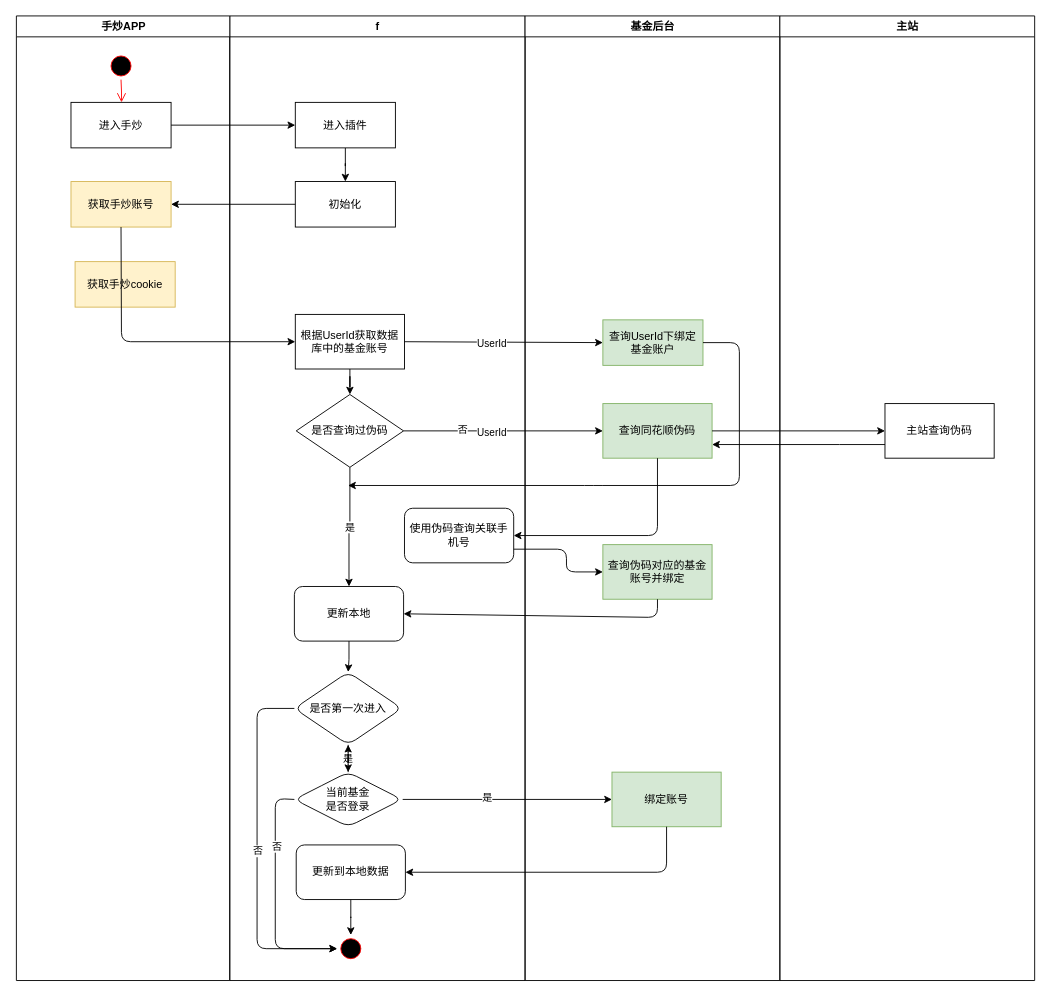
NamSangMi/-personal-learning keeps this draw.io diagram as Untitled Diagram.drawio. Above is the earlier version. Source tidied: cells renumbered, new cells numbered last; positions are measured from the earlier drawing's top-left corner, leaving out a move shared by most shapes. Both pictures are drawn from the tidied source at 91%, with x=0, y=0 at pixel (16, 15).
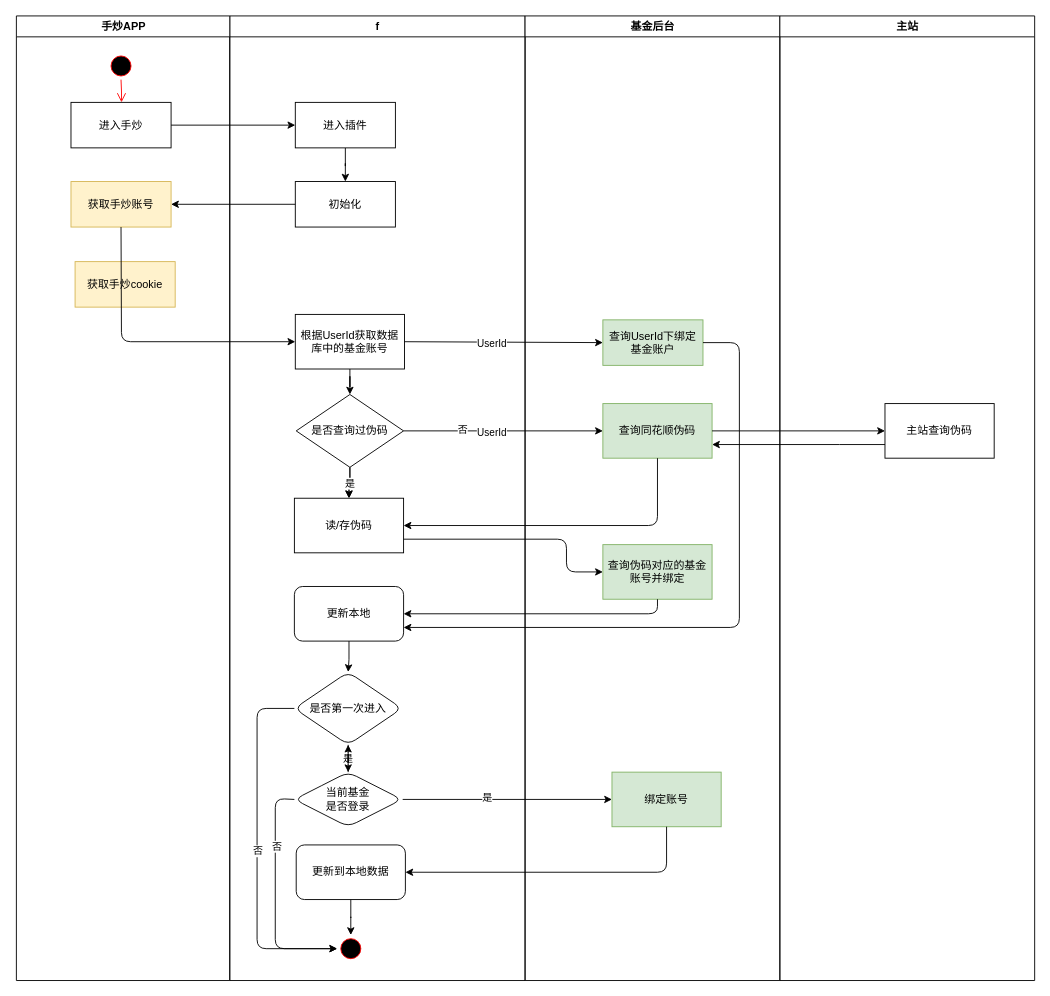
Above is the later version.

The change refers to these unchanged cells:
```xml
<mxCell id="2" value="f" style="swimlane;whiteSpace=wrap;" parent="1" vertex="1">
  <mxGeometry x="234" width="324.5" height="1060" as="geometry" />
</mxCell>
<mxCell id="9" value="是否查询过伪码" style="rhombus;whiteSpace=wrap;html=1;" parent="2" vertex="1">
  <mxGeometry x="73" y="416" width="118" height="80" as="geometry" />
</mxCell>
<mxCell id="12" value="更新本地" style="rounded=1;whiteSpace=wrap;html=1;" parent="2" vertex="1">
  <mxGeometry x="71" y="627" width="120" height="60" as="geometry" />
</mxCell>
<mxCell id="27" value="查询UserId下绑定&#10;基金账户" style="fillColor=#d5e8d4;strokeColor=#82b366;" parent="26" vertex="1">
  <mxGeometry x="85.5" y="334" width="110" height="50" as="geometry" />
</mxCell>
<mxCell id="28" value="查询同花顺伪码" style="rounded=0;whiteSpace=wrap;html=1;fillColor=#d5e8d4;strokeColor=#82b366;" parent="26" vertex="1">
  <mxGeometry x="85.5" y="426" width="120" height="60" as="geometry" />
</mxCell>
<mxCell id="29" value="查询伪码对应的基金账号并绑定" style="rounded=0;whiteSpace=wrap;html=1;fillColor=#d5e8d4;strokeColor=#82b366;" parent="26" vertex="1">
  <mxGeometry x="85.5" y="581" width="120" height="60" as="geometry" />
</mxCell>
```

What changed in the source:
```diff
@@
+    <mxCell id="54" style="edgeStyle=orthogonalEdgeStyle;rounded=0;jettySize=auto;html=1;" parent="2" edge="1" source="9" target="55">
+      <mxGeometry relative="1" as="geometry" />
+    </mxCell>
-    <mxCell id="8" value="是" style="edgeStyle=orthogonalEdgeStyle;rounded=0;jettySize=auto;html=1;entryX=0.5;entryY=0;entryDx=0;entryDy=0;" parent="2" edge="1" source="9" target="12">
+    <mxCell id="8" value="是" style="edgeStyle=orthogonalEdgeStyle;rounded=0;jettySize=auto;html=1;" parent="2" edge="1" source="9" target="55">
       <mxGeometry relative="1" as="geometry" />
     </mxCell>
@@
-    <mxCell id="10" value="使用伪码查询关联手机号" style="rounded=1;whiteSpace=wrap;html=1;" parent="2" vertex="1">
-      <mxGeometry x="192" y="541" width="120" height="60" as="geometry" />
-    </mxCell>
@@
+    <mxCell id="55" value="读/存伪码" style="whiteSpace=wrap;html=1;" parent="2" vertex="1">
+      <mxGeometry x="71" y="530" width="120" height="60" as="geometry" />
+    </mxCell>
@@
-    <mxCell id="47" style="endArrow=classic;html=1;exitX=1;exitY=0.5;exitDx=0;exitDy=0;" parent="1" edge="1" source="27">
+    <mxCell id="47" style="endArrow=classic;html=1;exitX=1;exitY=0.5;exitDx=0;exitDy=0;entryX=1;entryY=0.75;entryDx=0;entryDy=0;" parent="1" edge="1" source="27" target="12">
       <mxGeometry relative="1" as="geometry">
-        <mxPoint x="364" y="516" as="targetPoint" />
         <Array as="points">
           <mxPoint x="794" y="359" />
           <mxPoint x="794" y="466" />
-          <mxPoint x="794" y="516" />
-          <mxPoint x="634" y="516" />
+          <mxPoint x="794" y="672" />
         </Array>
       </mxGeometry>
     </mxCell>
@@
-    <mxCell id="49" style="endArrow=classic;html=1;entryX=1;entryY=0.5;entryDx=0;entryDy=0;exitX=0.5;exitY=1;exitDx=0;exitDy=0;" parent="1" edge="1" source="28" target="10">
+    <mxCell id="49" style="endArrow=classic;html=1;entryX=1;entryY=0.5;entryDx=0;entryDy=0;exitX=0.5;exitY=1;exitDx=0;exitDy=0;" parent="1" edge="1" source="28" target="55">
       <mxGeometry relative="1" as="geometry">
         <Array as="points">
-          <mxPoint x="704" y="571" />
+          <mxPoint x="704" y="560" />
         </Array>
       </mxGeometry>
     </mxCell>
-    <mxCell id="50" style="endArrow=classic;html=1;entryX=0;entryY=0.5;entryDx=0;entryDy=0;exitX=1;exitY=0.75;exitDx=0;exitDy=0;" parent="1" edge="1" source="10" target="29">
+    <mxCell id="50" style="endArrow=classic;html=1;entryX=0;entryY=0.5;entryDx=0;entryDy=0;exitX=1;exitY=0.75;exitDx=0;exitDy=0;" parent="1" edge="1" source="55" target="29">
       <mxGeometry relative="1" as="geometry">
         <Array as="points">
-          <mxPoint x="604" y="586" />
+          <mxPoint x="604" y="575" />
           <mxPoint x="604" y="611" />
         </Array>
       </mxGeometry>
     </mxCell>
     <mxCell id="51" style="endArrow=classic;html=1;entryX=1;entryY=0.5;entryDx=0;entryDy=0;exitX=0.5;exitY=1;exitDx=0;exitDy=0;" parent="1" edge="1" source="29" target="12">
       <mxGeometry relative="1" as="geometry">
         <Array as="points">
-          <mxPoint x="704" y="661" />
+          <mxPoint x="704" y="657" />
         </Array>
       </mxGeometry>
     </mxCell>
```
